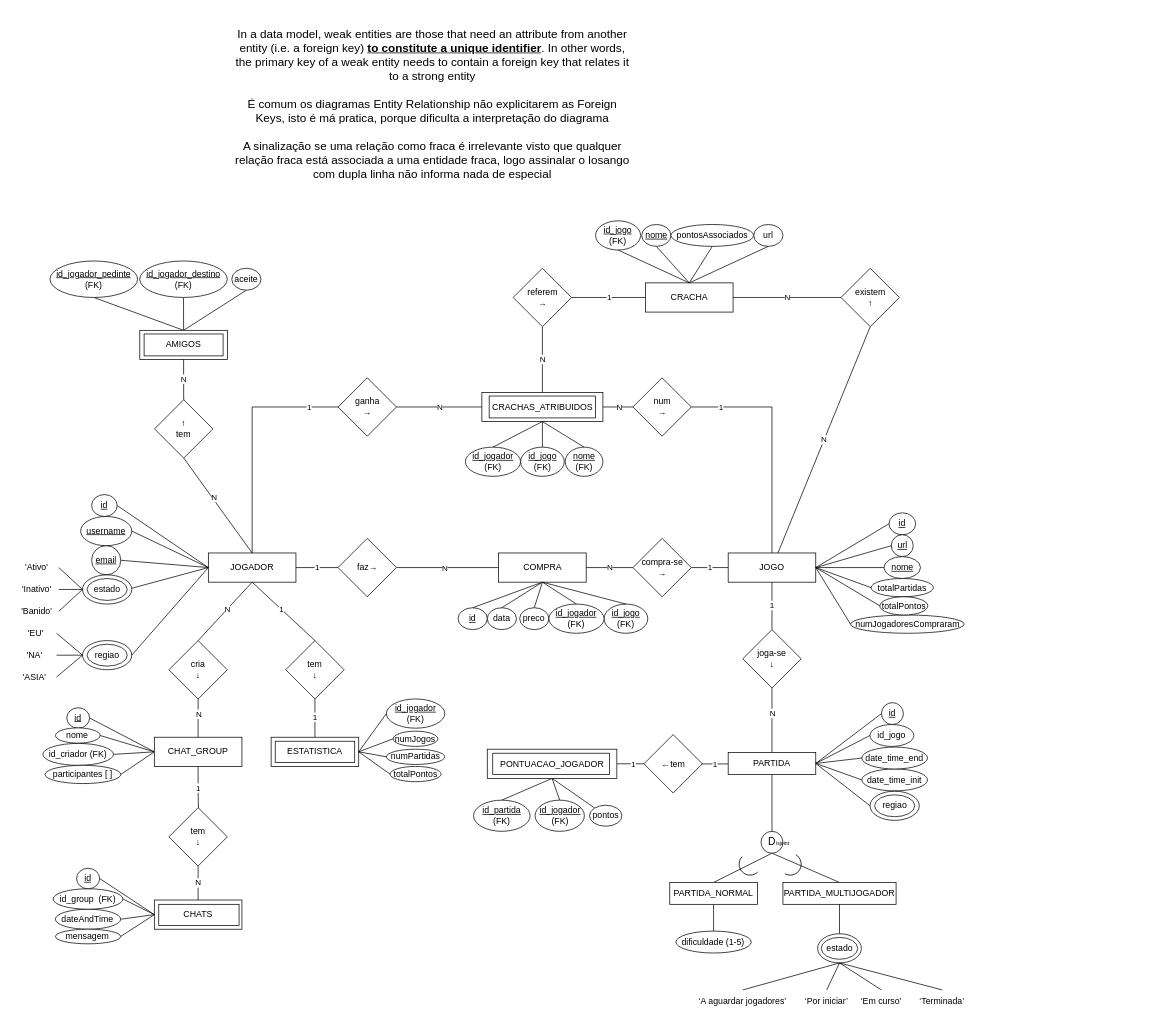
p4ulor/Game-Manager-w-PostgreSQL keeps this draw.io diagram as Docs/Entity-Relationship-Diagram.drawio. Above is the earlier version. Source tidied: cells renumbered, new cells numbered last; positions are measured from the earlier drawing's top-left corner, leaving out a move shared by most shapes. Both pictures are drawn from the tidied source at 73%, with x=0, y=0 at pixel (12, 12).
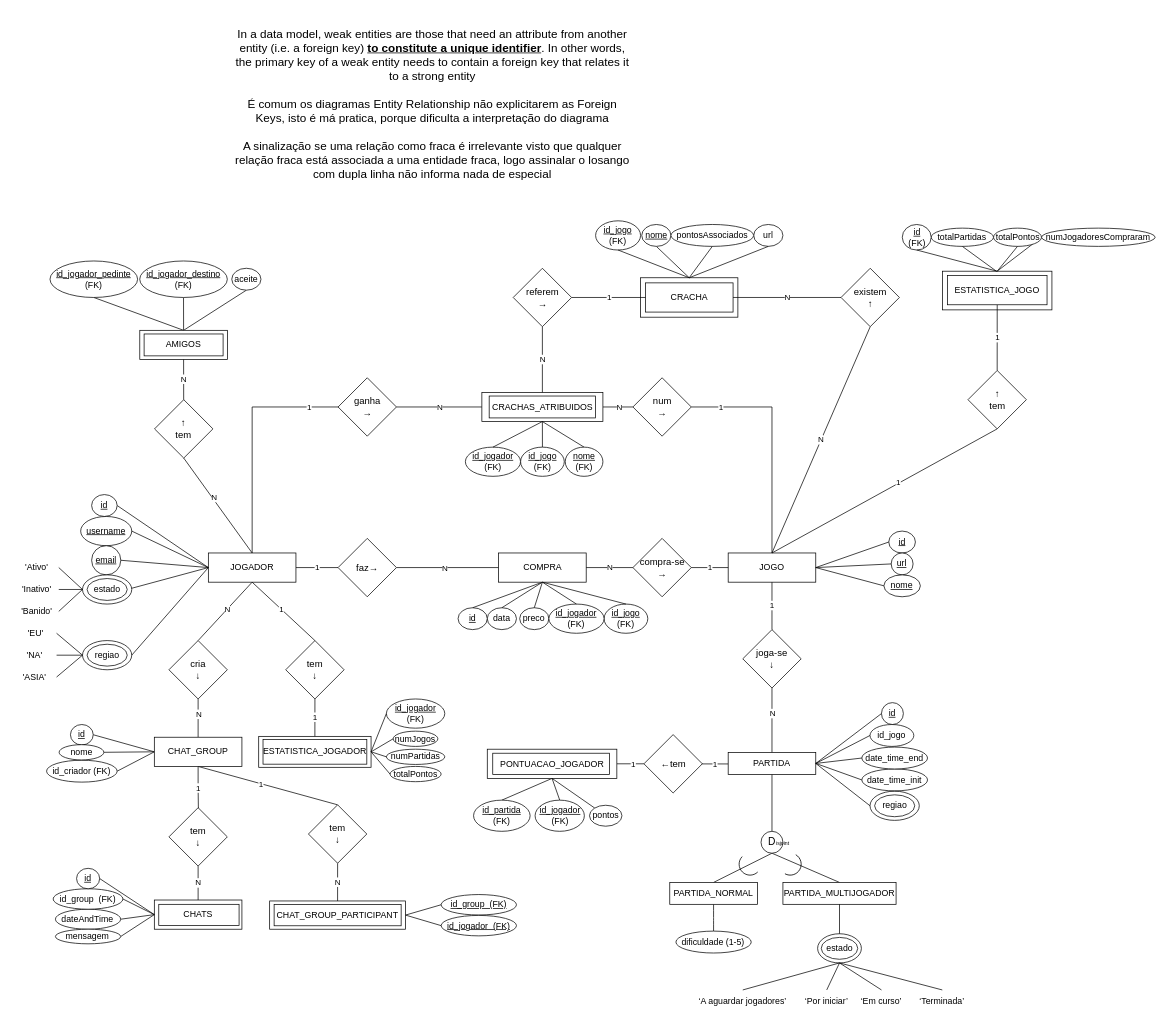
The same diagram, later.

The change refers to these unchanged cells:
```xml
<mxCell id="30" value="JOGO" style="rounded=0;whiteSpace=wrap;html=1;" parent="1" vertex="1">
  <mxGeometry x="980" y="740" width="120" height="40" as="geometry" />
</mxCell>
<mxCell id="79" value="url" style="ellipse;whiteSpace=wrap;html=1;" parent="1" vertex="1">
  <mxGeometry x="1015" y="290" width="40" height="30" as="geometry" />
</mxCell>
<mxCell id="121" value="CHAT_GROUP" style="rounded=0;whiteSpace=wrap;html=1;" parent="1" vertex="1">
  <mxGeometry x="193.9" y="992.4" width="120" height="40" as="geometry" />
</mxCell>
<mxCell id="153" value="CRACHA" style="rounded=0;whiteSpace=wrap;html=1;" parent="1" vertex="1">
  <mxGeometry x="866.7" y="370" width="120" height="40" as="geometry" />
</mxCell>
<mxCell id="156" value="&lt;u&gt;nome&lt;/u&gt;" style="ellipse;whiteSpace=wrap;html=1;" parent="1" vertex="1">
  <mxGeometry x="861.6" y="290" width="40" height="30" as="geometry" />
</mxCell>
<mxCell id="157" value="&lt;u&gt;id_jogo&lt;br&gt;&lt;/u&gt;(FK)&lt;u&gt;&lt;br&gt;&lt;/u&gt;" style="ellipse;whiteSpace=wrap;html=1;" parent="1" vertex="1">
  <mxGeometry x="798.4" y="285" width="61.6" height="40" as="geometry" />
</mxCell>
<mxCell id="159" value="pontosAssociados" style="ellipse;whiteSpace=wrap;html=1;" parent="1" vertex="1">
  <mxGeometry x="901.6" y="290" width="113.3" height="30" as="geometry" />
</mxCell>
```

Change to the diagram source:
```diff
@@
+    <mxCell id="195" style="rounded=0;whiteSpace=wrap;html=1;" parent="1" vertex="1">
+      <mxGeometry x="860" y="363" width="133.3" height="54" as="geometry" />
+    </mxCell>
+    <mxCell id="196" style="rounded=0;whiteSpace=wrap;html=1;" parent="1" vertex="1">
+      <mxGeometry x="1273.5" y="354" width="150" height="53" as="geometry" />
+    </mxCell>
@@
-    <mxCell id="5" value="faz→" style="rhombus;whiteSpace=wrap;html=1;" parent="1" vertex="1">
+    <mxCell id="5" value="&lt;font style=&quot;font-size: 13px;&quot;&gt;faz→&lt;/font&gt;" style="rhombus;whiteSpace=wrap;html=1;" parent="1" vertex="1">
       <mxGeometry x="445.6" y="720" width="80" height="80" as="geometry" />
     </mxCell>
@@
-    <mxCell id="29" value="N" style="rounded=0;jettySize=auto;html=1;entryX=0.5;entryY=1;entryDx=0;entryDy=0;endArrow=none;endFill=0;" parent="1" edge="1" source="30" target="155">
+    <mxCell id="29" value="N" style="rounded=0;jettySize=auto;html=1;entryX=0.5;entryY=1;entryDx=0;entryDy=0;endArrow=none;endFill=0;exitX=0.5;exitY=0;exitDx=0;exitDy=0;" parent="1" edge="1" source="30" target="155">
       <mxGeometry relative="1" as="geometry" />
     </mxCell>
@@
     <mxCell id="31" value="&lt;u&gt;id&lt;/u&gt;" style="ellipse;whiteSpace=wrap;html=1;" parent="1" vertex="1">
-      <mxGeometry x="1200.3" y="685" width="36.5" height="30" as="geometry" />
+      <mxGeometry x="1200" y="710" width="36.5" height="30" as="geometry" />
     </mxCell>
@@
     <mxCell id="33" value="&lt;u&gt;url&lt;/u&gt;" style="ellipse;whiteSpace=wrap;html=1;" parent="1" vertex="1">
-      <mxGeometry x="1203.5" y="715" width="30" height="30" as="geometry" />
+      <mxGeometry x="1203.3" y="740" width="30" height="30" as="geometry" />
     </mxCell>
@@
     <mxCell id="35" value="&lt;u&gt;nome&lt;/u&gt;" style="ellipse;whiteSpace=wrap;html=1;" parent="1" vertex="1">
-      <mxGeometry x="1193.5" y="745" width="50" height="30" as="geometry" />
+      <mxGeometry x="1193.3" y="770" width="50" height="30" as="geometry" />
     </mxCell>
@@
-    <mxCell id="44" value="joga-se&lt;br&gt;↓" style="rhombus;whiteSpace=wrap;html=1;" parent="1" vertex="1">
+    <mxCell id="44" value="&lt;font style=&quot;font-size: 13px;&quot;&gt;joga-se&lt;br&gt;↓&lt;/font&gt;" style="rhombus;whiteSpace=wrap;html=1;" parent="1" vertex="1">
       <mxGeometry x="1000" y="845" width="80" height="80" as="geometry" />
     </mxCell>
@@
-    <mxCell id="69" value="num&lt;br&gt;→" style="rhombus;whiteSpace=wrap;html=1;" parent="1" vertex="1">
+    <mxCell id="69" value="&lt;font style=&quot;font-size: 13px;&quot;&gt;num&lt;br&gt;→&lt;/font&gt;" style="rhombus;whiteSpace=wrap;html=1;" parent="1" vertex="1">
       <mxGeometry x="849.5" y="500" width="80" height="80" as="geometry" />
     </mxCell>
@@
-    <mxCell id="80" style="rounded=0;jettySize=auto;html=1;endArrow=none;endFill=0;exitX=0.5;exitY=1;exitDx=0;exitDy=0;entryX=0.5;entryY=0;entryDx=0;entryDy=0;" parent="1" edge="1" source="79" target="153">
+    <mxCell id="80" style="rounded=0;jettySize=auto;html=1;endArrow=none;endFill=0;exitX=0.5;exitY=1;exitDx=0;exitDy=0;entryX=0.5;entryY=0;entryDx=0;entryDy=0;" parent="1" edge="1" source="79" target="195">
       <mxGeometry relative="1" as="geometry" />
     </mxCell>
@@
-    <mxCell id="94" value="←tem" style="rhombus;whiteSpace=wrap;html=1;" parent="1" vertex="1">
+    <mxCell id="94" value="&lt;font style=&quot;font-size: 13px;&quot;&gt;←tem&lt;/font&gt;" style="rhombus;whiteSpace=wrap;html=1;" parent="1" vertex="1">
       <mxGeometry x="864.6" y="988.8" width="80" height="80" as="geometry" />
     </mxCell>
@@
-    <mxCell id="108" value="↑&lt;br&gt;tem" style="rhombus;whiteSpace=wrap;html=1;" parent="1" vertex="1">
+    <mxCell id="108" value="&lt;font style=&quot;font-size: 13px;&quot;&gt;↑&lt;br&gt;tem&lt;/font&gt;" style="rhombus;whiteSpace=wrap;html=1;" parent="1" vertex="1">
       <mxGeometry x="194.2" y="530" width="80" height="80" as="geometry" />
     </mxCell>
@@
-    <mxCell id="116" value="cria&lt;br&gt;↓" style="rhombus;whiteSpace=wrap;html=1;" parent="1" vertex="1">
+    <mxCell id="116" value="&lt;font style=&quot;font-size: 13px;&quot;&gt;cria&lt;br&gt;↓&lt;/font&gt;" style="rhombus;whiteSpace=wrap;html=1;" parent="1" vertex="1">
       <mxGeometry x="213.9" y="860" width="80" height="80" as="geometry" />
     </mxCell>
@@
+    <mxCell id="197" style="rounded=0;jettySize=auto;html=1;entryX=0.5;entryY=0;entryDx=0;entryDy=0;exitX=0.5;exitY=1;exitDx=0;exitDy=0;endArrow=none;endFill=0;" parent="1" edge="1" source="121" target="211">
+      <mxGeometry relative="1" as="geometry" />
+    </mxCell>
+    <mxCell id="198" value="1" style="edgeLabel;html=1;align=center;verticalAlign=middle;" parent="197" vertex="1">
+      <mxGeometry x="-0.1" relative="1" as="geometry" />
+    </mxCell>
@@
     <mxCell id="122" value="&lt;u&gt;id&lt;/u&gt;" style="ellipse;whiteSpace=wrap;html=1;" parent="1" vertex="1">
-      <mxGeometry x="74" y="952" width="31.2" height="28" as="geometry" />
+      <mxGeometry x="79" y="975" width="31.2" height="28" as="geometry" />
     </mxCell>
     <mxCell id="123" value="id_criador (FK)" style="ellipse;whiteSpace=wrap;html=1;" parent="1" vertex="1">
-      <mxGeometry x="41.2" y="1000.9" width="96.7" height="30" as="geometry" />
+      <mxGeometry x="46.3" y="1023.9" width="96.7" height="30" as="geometry" />
     </mxCell>
-    <mxCell id="124" style="rounded=0;jettySize=auto;html=1;entryX=0;entryY=0.5;entryDx=0;entryDy=0;endArrow=none;endFill=0;exitX=1;exitY=0.5;exitDx=0;exitDy=0;" parent="1" edge="1" source="125" target="121">
-      <mxGeometry relative="1" as="geometry" />
-    </mxCell>
-    <mxCell id="125" value="participantes [ ]" style="ellipse;whiteSpace=wrap;html=1;" parent="1" vertex="1">
-      <mxGeometry x="44.2" y="1030.9" width="103.8" height="25" as="geometry" />
-    </mxCell>
@@
-    <mxCell id="127" value="tem&lt;br&gt;↓" style="rhombus;whiteSpace=wrap;html=1;" parent="1" vertex="1">
+    <mxCell id="127" value="&lt;font style=&quot;font-size: 13px;&quot;&gt;tem&lt;br&gt;↓&lt;/font&gt;" style="rhombus;whiteSpace=wrap;html=1;" parent="1" vertex="1">
       <mxGeometry x="213.9" y="1088.9" width="80" height="80" as="geometry" />
     </mxCell>
@@
     <mxCell id="133" value="nome" style="ellipse;whiteSpace=wrap;html=1;" parent="1" vertex="1">
-      <mxGeometry x="58.5" y="979.6" width="61.2" height="20.9" as="geometry" />
+      <mxGeometry x="63.5" y="1002.6" width="61.2" height="20.9" as="geometry" />
     </mxCell>
@@
-    <mxCell id="149" value="compra-se&lt;br&gt;→" style="rhombus;whiteSpace=wrap;html=1;" parent="1" vertex="1">
+    <mxCell id="149" value="&lt;font style=&quot;font-size: 13px;&quot;&gt;compra-se&lt;br&gt;→&lt;/font&gt;" style="rhombus;whiteSpace=wrap;html=1;" parent="1" vertex="1">
       <mxGeometry x="849.5" y="720" width="80" height="80" as="geometry" />
     </mxCell>
@@
-    <mxCell id="151" value="ganha&lt;br&gt;→" style="rhombus;whiteSpace=wrap;html=1;" parent="1" vertex="1">
+    <mxCell id="151" value="&lt;font style=&quot;font-size: 13px;&quot;&gt;ganha&lt;br&gt;→&lt;/font&gt;" style="rhombus;whiteSpace=wrap;html=1;" parent="1" vertex="1">
       <mxGeometry x="445.6" y="500" width="80" height="80" as="geometry" />
     </mxCell>
-    <mxCell id="152" style="rounded=0;jettySize=auto;html=1;entryX=0.5;entryY=1;entryDx=0;entryDy=0;endArrow=none;endFill=0;exitX=0.5;exitY=0;exitDx=0;exitDy=0;" parent="1" edge="1" source="153" target="156">
+    <mxCell id="152" style="rounded=0;jettySize=auto;html=1;entryX=0.5;entryY=1;entryDx=0;entryDy=0;endArrow=none;endFill=0;exitX=0.5;exitY=0;exitDx=0;exitDy=0;" parent="1" edge="1" source="195" target="156">
       <mxGeometry relative="1" as="geometry" />
     </mxCell>
@@
-    <mxCell id="155" value="existem&lt;br&gt;↑" style="rhombus;whiteSpace=wrap;html=1;" parent="1" vertex="1">
+    <mxCell id="155" value="&lt;font style=&quot;font-size: 13px;&quot;&gt;existem&lt;br&gt;↑&lt;/font&gt;" style="rhombus;whiteSpace=wrap;html=1;" parent="1" vertex="1">
       <mxGeometry x="1134.6" y="350" width="80" height="80" as="geometry" />
     </mxCell>
@@
-    <mxCell id="158" style="rounded=0;jettySize=auto;html=1;entryX=0.5;entryY=1;entryDx=0;entryDy=0;endArrow=none;endFill=0;exitX=0.5;exitY=0;exitDx=0;exitDy=0;" parent="1" edge="1" source="153" target="157">
+    <mxCell id="158" style="rounded=0;jettySize=auto;html=1;entryX=0.5;entryY=1;entryDx=0;entryDy=0;endArrow=none;endFill=0;exitX=0.5;exitY=0;exitDx=0;exitDy=0;" parent="1" edge="1" source="195" target="157">
       <mxGeometry relative="1" as="geometry" />
     </mxCell>
@@
-    <mxCell id="160" style="rounded=0;jettySize=auto;html=1;entryX=0.5;entryY=1;entryDx=0;entryDy=0;endArrow=none;endFill=0;exitX=0.5;exitY=0;exitDx=0;exitDy=0;" parent="1" edge="1" source="153" target="159">
+    <mxCell id="160" style="rounded=0;jettySize=auto;html=1;entryX=0.5;entryY=1;entryDx=0;entryDy=0;endArrow=none;endFill=0;exitX=0.5;exitY=0;exitDx=0;exitDy=0;" parent="1" edge="1" source="195" target="159">
       <mxGeometry relative="1" as="geometry" />
     </mxCell>
@@
-    <mxCell id="163" value="referem&lt;br&gt;→" style="rhombus;whiteSpace=wrap;html=1;" parent="1" vertex="1">
+    <mxCell id="163" value="&lt;font style=&quot;font-size: 13px;&quot;&gt;referem&lt;br&gt;→&lt;/font&gt;" style="rhombus;whiteSpace=wrap;html=1;" parent="1" vertex="1">
       <mxGeometry x="685.5" y="350" width="80" height="80" as="geometry" />
     </mxCell>
@@
     <mxCell id="170" value="totalPartidas" style="ellipse;whiteSpace=wrap;html=1;" parent="1" vertex="1">
-      <mxGeometry x="1175.8" y="775" width="85.4" height="25" as="geometry" />
+      <mxGeometry x="1258.1" y="295" width="85.4" height="25" as="geometry" />
     </mxCell>
-    <mxCell id="171" style="rounded=0;jettySize=auto;html=1;entryX=0;entryY=0.5;entryDx=0;entryDy=0;endArrow=none;endFill=0;exitX=1;exitY=0.5;exitDx=0;exitDy=0;" parent="1" edge="1" source="30" target="170">
+    <mxCell id="171" style="rounded=0;jettySize=auto;html=1;entryX=0.5;entryY=1;entryDx=0;entryDy=0;endArrow=none;endFill=0;exitX=0.493;exitY=0.001;exitDx=0;exitDy=0;exitPerimeter=0;" parent="1" edge="1" source="196" target="170">
       <mxGeometry relative="1" as="geometry" />
     </mxCell>
     <mxCell id="172" value="numJogadoresCompraram" style="ellipse;whiteSpace=wrap;html=1;" parent="1" vertex="1">
-      <mxGeometry x="1147.6" y="825" width="155.7" height="25" as="geometry" />
+      <mxGeometry x="1409.2" y="295" width="155.7" height="25" as="geometry" />
     </mxCell>
-    <mxCell id="173" style="rounded=0;jettySize=auto;html=1;endArrow=none;endFill=0;entryX=0;entryY=0.5;entryDx=0;entryDy=0;" parent="1" edge="1" target="172">
-      <mxGeometry relative="1" as="geometry">
-        <mxPoint x="1100" y="760" as="sourcePoint" />
-      </mxGeometry>
+    <mxCell id="173" style="rounded=0;jettySize=auto;html=1;endArrow=none;endFill=0;entryX=0;entryY=0.5;entryDx=0;entryDy=0;exitX=0.5;exitY=0;exitDx=0;exitDy=0;" parent="1" edge="1" source="196" target="172">
+      <mxGeometry relative="1" as="geometry" />
     </mxCell>
     <mxCell id="174" value="totalPontos" style="ellipse;whiteSpace=wrap;html=1;" parent="1" vertex="1">
-      <mxGeometry x="1187.8" y="800" width="65.7" height="25" as="geometry" />
+      <mxGeometry x="1343.5" y="295" width="65.7" height="25" as="geometry" />
     </mxCell>
-    <mxCell id="175" style="rounded=0;jettySize=auto;html=1;endArrow=none;endFill=0;entryX=0;entryY=0.5;entryDx=0;entryDy=0;exitX=1;exitY=0.5;exitDx=0;exitDy=0;" parent="1" edge="1" source="30" target="174">
+    <mxCell id="175" style="rounded=0;jettySize=auto;html=1;endArrow=none;endFill=0;entryX=0.5;entryY=1;entryDx=0;entryDy=0;exitX=0.5;exitY=0;exitDx=0;exitDy=0;" parent="1" edge="1" source="196" target="174">
       <mxGeometry relative="1" as="geometry" />
     </mxCell>
-    <mxCell id="176" value="ESTATISTICA" style="rounded=0;whiteSpace=wrap;html=1;" parent="1" vertex="1">
-      <mxGeometry x="353.9" y="992.4" width="120" height="40" as="geometry" />
+    <mxCell id="176" value="ESTATISTICA_JOGADOR" style="rounded=0;whiteSpace=wrap;html=1;" parent="1" vertex="1">
+      <mxGeometry x="336.9" y="991.2" width="153.9" height="42.4" as="geometry" />
     </mxCell>
-    <mxCell id="177" value="tem&lt;br&gt;↓" style="rhombus;whiteSpace=wrap;html=1;" parent="1" vertex="1">
+    <mxCell id="177" value="&lt;font style=&quot;font-size: 13px;&quot;&gt;tem&lt;br&gt;↓&lt;/font&gt;" style="rhombus;whiteSpace=wrap;html=1;" parent="1" vertex="1">
       <mxGeometry x="373.9" y="860" width="80" height="80" as="geometry" />
     </mxCell>
@@
     <mxCell id="190" style="rounded=0;whiteSpace=wrap;html=1;fillColor=none;" parent="1" vertex="1">
-      <mxGeometry x="359.5" y="997.9" width="108.9" height="29" as="geometry" />
+      <mxGeometry x="342.8" y="995.5" width="142.2" height="33.8" as="geometry" />
     </mxCell>
@@
+    <mxCell id="199" value="1" style="rounded=0;jettySize=auto;html=1;entryX=0.5;entryY=1;entryDx=0;entryDy=0;exitX=0.5;exitY=0;exitDx=0;exitDy=0;endArrow=none;endFill=0;" parent="1" edge="1" source="202" target="203">
+      <mxGeometry relative="1" as="geometry" />
+    </mxCell>
+    <mxCell id="200" style="rounded=0;jettySize=auto;html=1;entryX=0.5;entryY=0;entryDx=0;entryDy=0;exitX=0.5;exitY=1;exitDx=0;exitDy=0;endArrow=none;endFill=0;" parent="1" edge="1" source="202" target="30">
+      <mxGeometry relative="1" as="geometry" />
+    </mxCell>
+    <mxCell id="201" value="1" style="edgeLabel;html=1;align=center;verticalAlign=middle;" parent="200" vertex="1">
+      <mxGeometry x="-0.12" y="-1" relative="1" as="geometry" />
+    </mxCell>
+    <mxCell id="202" value="&lt;font style=&quot;font-size: 13px;&quot;&gt;↑&lt;br&gt;tem&lt;/font&gt;" style="rhombus;whiteSpace=wrap;html=1;" parent="1" vertex="1">
+      <mxGeometry x="1308.5" y="490" width="80" height="80" as="geometry" />
+    </mxCell>
+    <mxCell id="203" value="ESTATISTICA_JOGO" style="rounded=0;whiteSpace=wrap;html=1;" parent="1" vertex="1">
+      <mxGeometry x="1280.3" y="360" width="136.5" height="40" as="geometry" />
+    </mxCell>
+    <mxCell id="204" value="&lt;u&gt;id&lt;/u&gt;&lt;br&gt;(FK)" style="ellipse;whiteSpace=wrap;html=1;" parent="1" vertex="1">
+      <mxGeometry x="1218.5" y="290" width="39.6" height="35" as="geometry" />
+    </mxCell>
+    <mxCell id="205" style="rounded=0;jettySize=auto;html=1;entryX=0.5;entryY=1;entryDx=0;entryDy=0;endArrow=none;endFill=0;exitX=0.5;exitY=0;exitDx=0;exitDy=0;" parent="1" edge="1" source="196" target="204">
+      <mxGeometry relative="1" as="geometry" />
+    </mxCell>
+    <mxCell id="206" style="rounded=0;jettySize=auto;html=1;entryX=0;entryY=0.5;entryDx=0;entryDy=0;endArrow=none;endFill=0;exitX=1;exitY=0.5;exitDx=0;exitDy=0;" parent="1" edge="1" source="207" target="209">
+      <mxGeometry relative="1" as="geometry" />
+    </mxCell>
+    <mxCell id="207" value="CHAT_GROUP_PARTICIPANT" style="rounded=0;whiteSpace=wrap;html=1;" parent="1" vertex="1">
+      <mxGeometry x="351.9" y="1216.7" width="186.1" height="38.7" as="geometry" />
+    </mxCell>
+    <mxCell id="208" style="rounded=0;whiteSpace=wrap;html=1;fillColor=none;" parent="1" vertex="1">
+      <mxGeometry x="358" y="1221.7" width="174" height="29" as="geometry" />
+    </mxCell>
+    <mxCell id="209" value="&lt;u&gt;id_group&amp;nbsp; (FK)&lt;/u&gt;" style="ellipse;whiteSpace=wrap;html=1;" parent="1" vertex="1">
+      <mxGeometry x="586.8" y="1207.9" width="103.2" height="28" as="geometry" />
+    </mxCell>
+    <mxCell id="210" value="N" style="rounded=0;jettySize=auto;html=1;entryX=0.5;entryY=0;entryDx=0;entryDy=0;endArrow=none;endFill=0;" parent="1" edge="1" source="211" target="207">
+      <mxGeometry relative="1" as="geometry" />
+    </mxCell>
+    <mxCell id="211" value="&lt;font style=&quot;font-size: 13px;&quot;&gt;tem&lt;br&gt;↓&lt;/font&gt;" style="rhombus;whiteSpace=wrap;html=1;" parent="1" vertex="1">
+      <mxGeometry x="405" y="1085" width="80" height="80" as="geometry" />
+    </mxCell>
+    <mxCell id="212" value="&lt;u&gt;id_jogador&amp;nbsp; (FK)&lt;/u&gt;" style="ellipse;whiteSpace=wrap;html=1;" parent="1" vertex="1">
+      <mxGeometry x="586.8" y="1236.5" width="103.2" height="28" as="geometry" />
+    </mxCell>
+    <mxCell id="213" style="rounded=0;jettySize=auto;html=1;entryX=0;entryY=0.5;entryDx=0;entryDy=0;endArrow=none;endFill=0;exitX=1;exitY=0.5;exitDx=0;exitDy=0;" parent="1" edge="1" source="207" target="212">
+      <mxGeometry relative="1" as="geometry" />
+    </mxCell>
```
